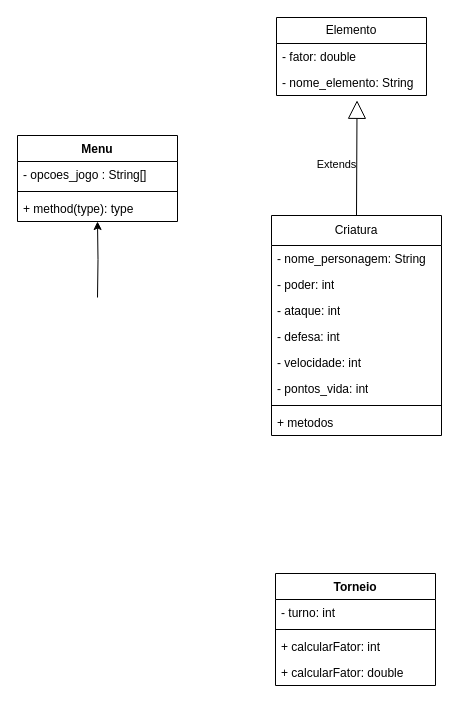
The draw.io diagram page "Global" (1 of 8) of Diagramas/elementoops.drawio.xml in christianlsb/ElementOOPs, before the edit. Source tidied: cells renumbered, new cells numbered last; positions are measured from the earlier drawing's top-left corner, leaving out a move shared by most shapes. Both pictures are drawn from the tidied source at 100%, with x=0, y=0 at pixel (17, 17).
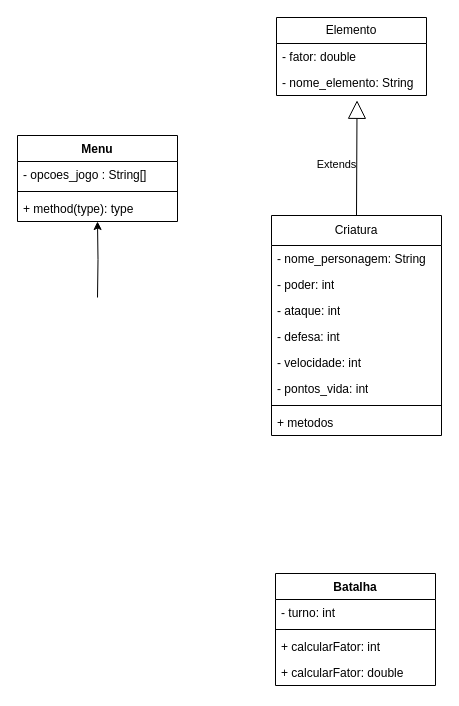
The same page after the edit.

The edit, as a diff of the source:
```diff
@@
-    <mxCell id="18" value="Torneio" style="swimlane;fontStyle=1;align=center;verticalAlign=top;horizontal=1;startSize=26;whiteSpace=wrap;html=1;" parent="1" vertex="1">
+    <mxCell id="18" value="Batalha" style="swimlane;fontStyle=1;align=center;verticalAlign=top;horizontal=1;startSize=26;whiteSpace=wrap;html=1;" parent="1" vertex="1">
       <mxGeometry x="258" y="556" width="160" height="112" as="geometry" />
     </mxCell>
```
